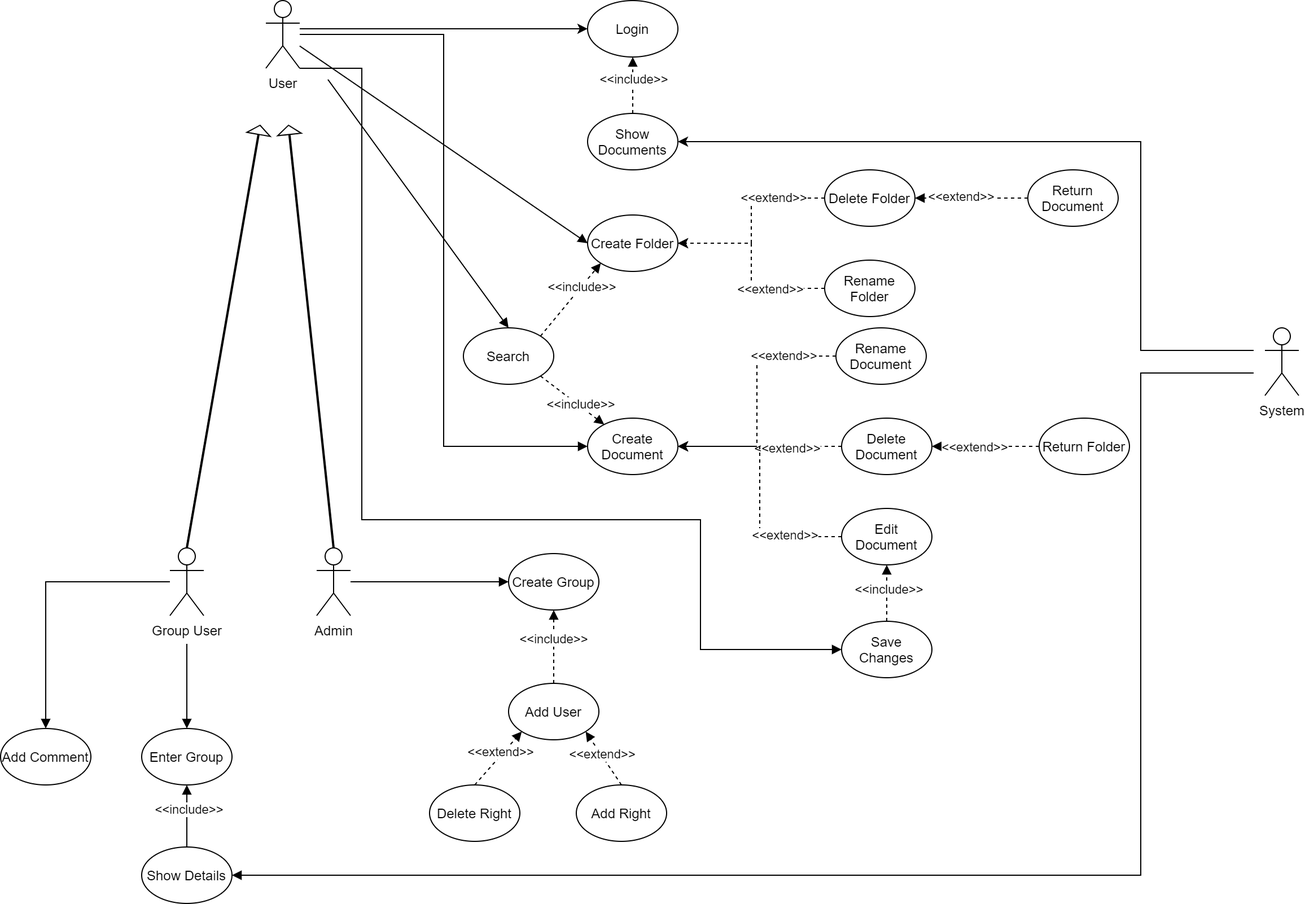
Above: img/use_case.png in abdussametkaci/DocumentManagementSystem_SoftwareEngineering (draw.io), before the change. Source tidied: cells renumbered, new cells last; positions are measured from the earlier drawing's top-left corner, leaving out a move shared by most shapes. Source of this version:
```xml
<mxGraphModel>
  <root>
    <mxCell id="0" />
    <mxCell id="1" parent="0" />
    <mxCell id="2" style="edgeStyle=orthogonalEdgeStyle;rounded=0;jettySize=auto;html=1;entryX=0;entryY=0.5;entryDx=0;entryDy=0;" parent="1" edge="1" source="7" target="13">
      <mxGeometry relative="1" as="geometry">
        <Array as="points">
          <mxPoint x="370" y="25" />
          <mxPoint x="370" y="25" />
        </Array>
      </mxGeometry>
    </mxCell>
    <mxCell id="3" style="rounded=0;jettySize=auto;html=1;entryX=0;entryY=0.5;entryDx=0;entryDy=0;endArrow=block;" parent="1" edge="1" source="7" target="29">
      <mxGeometry relative="1" as="geometry" />
    </mxCell>
    <mxCell id="4" style="rounded=0;jettySize=auto;html=1;entryX=0;entryY=0.5;entryDx=0;entryDy=0;endArrow=block;edgeStyle=orthogonalEdgeStyle;" parent="1" edge="1" source="7" target="17">
      <mxGeometry relative="1" as="geometry" />
    </mxCell>
    <mxCell id="5" style="rounded=0;jettySize=auto;html=1;entryX=0.5;entryY=0;entryDx=0;entryDy=0;endArrow=block;" parent="1" edge="1" target="65">
      <mxGeometry relative="1" as="geometry">
        <mxPoint x="290" y="70" as="sourcePoint" />
      </mxGeometry>
    </mxCell>
    <mxCell id="6" style="edgeStyle=orthogonalEdgeStyle;rounded=0;jettySize=auto;html=1;exitX=1;exitY=1;exitDx=0;exitDy=0;exitPerimeter=0;entryX=0;entryY=0.5;entryDx=0;entryDy=0;endArrow=block;" parent="1" edge="1" source="7" target="52">
      <mxGeometry relative="1" as="geometry">
        <Array as="points">
          <mxPoint x="320" y="60" />
          <mxPoint x="320" y="460" />
          <mxPoint x="620" y="460" />
          <mxPoint x="620" y="575" />
        </Array>
      </mxGeometry>
    </mxCell>
    <mxCell id="7" value="User" style="shape=umlActor;verticalLabelPosition=bottom;verticalAlign=top;html=1;outlineConnect=0;" parent="1" vertex="1">
      <mxGeometry x="235" width="30" height="60" as="geometry" />
    </mxCell>
    <mxCell id="8" style="edgeStyle=orthogonalEdgeStyle;rounded=0;jettySize=auto;html=1;entryX=0;entryY=0.5;entryDx=0;entryDy=0;endArrow=block;" parent="1" edge="1" source="9" target="45">
      <mxGeometry relative="1" as="geometry" />
    </mxCell>
    <mxCell id="9" value="Admin" style="shape=umlActor;verticalLabelPosition=bottom;verticalAlign=top;html=1;outlineConnect=0;" parent="1" vertex="1">
      <mxGeometry x="280" y="485" width="30" height="60" as="geometry" />
    </mxCell>
    <mxCell id="10" style="edgeStyle=orthogonalEdgeStyle;rounded=0;jettySize=auto;html=1;entryX=1;entryY=0.5;entryDx=0;entryDy=0;" parent="1" edge="1" target="16">
      <mxGeometry relative="1" as="geometry">
        <mxPoint x="1110" y="310" as="sourcePoint" />
        <Array as="points">
          <mxPoint x="1010" y="310" />
          <mxPoint x="1010" y="125" />
        </Array>
      </mxGeometry>
    </mxCell>
    <mxCell id="11" style="edgeStyle=orthogonalEdgeStyle;rounded=0;jettySize=auto;html=1;entryX=1;entryY=0.5;entryDx=0;entryDy=0;endArrow=block;" parent="1" edge="1" target="56">
      <mxGeometry relative="1" as="geometry">
        <mxPoint x="1110" y="330" as="sourcePoint" />
        <Array as="points">
          <mxPoint x="1010" y="330" />
          <mxPoint x="1010" y="775" />
        </Array>
      </mxGeometry>
    </mxCell>
    <mxCell id="12" value="System" style="shape=umlActor;verticalLabelPosition=bottom;verticalAlign=top;html=1;" parent="1" vertex="1">
      <mxGeometry x="1120" y="290" width="30" height="60" as="geometry" />
    </mxCell>
    <mxCell id="13" value="Login" style="ellipse;whiteSpace=wrap;html=1;" parent="1" vertex="1">
      <mxGeometry x="520" width="80" height="50" as="geometry" />
    </mxCell>
    <mxCell id="14" style="edgeStyle=orthogonalEdgeStyle;rounded=0;jettySize=auto;html=1;exitX=0.5;exitY=0;exitDx=0;exitDy=0;entryX=0.5;entryY=1;entryDx=0;entryDy=0;endArrow=block;dashed=1;" parent="1" edge="1" source="16" target="13">
      <mxGeometry relative="1" as="geometry">
        <Array as="points">
          <mxPoint x="560" y="70" />
          <mxPoint x="560" y="70" />
        </Array>
      </mxGeometry>
    </mxCell>
    <mxCell id="15" value="&amp;lt;&amp;lt;include&amp;gt;&amp;gt;" style="edgeLabel;html=1;align=center;verticalAlign=middle;" parent="14" vertex="1">
      <mxGeometry x="0.26" relative="1" as="geometry" />
    </mxCell>
    <mxCell id="16" value="Show Documents" style="ellipse;whiteSpace=wrap;html=1;" parent="1" vertex="1">
      <mxGeometry x="520" y="100" width="80" height="50" as="geometry" />
    </mxCell>
    <mxCell id="17" value="Create Document" style="ellipse;whiteSpace=wrap;html=1;" parent="1" vertex="1">
      <mxGeometry x="520" y="370" width="80" height="50" as="geometry" />
    </mxCell>
    <mxCell id="18" style="edgeStyle=orthogonalEdgeStyle;rounded=0;jettySize=auto;html=1;entryX=1;entryY=0.5;entryDx=0;entryDy=0;endArrow=block;exitX=0;exitY=0.5;exitDx=0;exitDy=0;dashed=1;" parent="1" edge="1" source="49" target="22">
      <mxGeometry relative="1" as="geometry" />
    </mxCell>
    <mxCell id="19" value="&amp;lt;&amp;lt;extend&amp;gt;&amp;gt;" style="edgeLabel;html=1;align=center;verticalAlign=middle;" parent="18" vertex="1">
      <mxGeometry x="0.23" relative="1" as="geometry" />
    </mxCell>
    <mxCell id="20" style="edgeStyle=orthogonalEdgeStyle;rounded=0;jettySize=auto;html=1;exitX=0;exitY=0.5;exitDx=0;exitDy=0;dashed=1;" parent="1" edge="1" source="22">
      <mxGeometry relative="1" as="geometry">
        <mxPoint x="600" y="395" as="targetPoint" />
      </mxGeometry>
    </mxCell>
    <mxCell id="21" value="&amp;lt;&amp;lt;extend&amp;gt;&amp;gt;" style="edgeLabel;html=1;align=center;verticalAlign=middle;" parent="20" vertex="1">
      <mxGeometry x="-0.33" y="1" relative="1" as="geometry" />
    </mxCell>
    <mxCell id="22" value="Delete Document" style="ellipse;whiteSpace=wrap;html=1;" parent="1" vertex="1">
      <mxGeometry x="745" y="370" width="80" height="50" as="geometry" />
    </mxCell>
    <mxCell id="23" style="edgeStyle=orthogonalEdgeStyle;rounded=0;jettySize=auto;html=1;exitX=0;exitY=0.5;exitDx=0;exitDy=0;entryX=1;entryY=0.5;entryDx=0;entryDy=0;dashed=1;" parent="1" edge="1" source="25" target="17">
      <mxGeometry relative="1" as="geometry" />
    </mxCell>
    <mxCell id="24" value="&amp;lt;&amp;lt;extend&amp;gt;&amp;gt;" style="edgeLabel;html=1;align=center;verticalAlign=middle;" parent="23" vertex="1">
      <mxGeometry x="-0.55" y="-2" relative="1" as="geometry" />
    </mxCell>
    <mxCell id="25" value="Edit Document" style="ellipse;whiteSpace=wrap;html=1;" parent="1" vertex="1">
      <mxGeometry x="745" y="450" width="80" height="50" as="geometry" />
    </mxCell>
    <mxCell id="26" style="edgeStyle=orthogonalEdgeStyle;rounded=0;jettySize=auto;html=1;exitX=0;exitY=0.5;exitDx=0;exitDy=0;entryX=1;entryY=0.5;entryDx=0;entryDy=0;dashed=1;" parent="1" edge="1" source="28" target="17">
      <mxGeometry relative="1" as="geometry" />
    </mxCell>
    <mxCell id="27" value="&amp;lt;&amp;lt;extend&amp;gt;&amp;gt;" style="edgeLabel;html=1;align=center;verticalAlign=middle;" parent="26" vertex="1">
      <mxGeometry x="-0.57" y="-1" relative="1" as="geometry" />
    </mxCell>
    <mxCell id="28" value="Rename Document" style="ellipse;whiteSpace=wrap;html=1;" parent="1" vertex="1">
      <mxGeometry x="740" y="290" width="80" height="50" as="geometry" />
    </mxCell>
    <mxCell id="29" value="Create Folder" style="ellipse;whiteSpace=wrap;html=1;" parent="1" vertex="1">
      <mxGeometry x="520" y="190" width="80" height="50" as="geometry" />
    </mxCell>
    <mxCell id="30" style="edgeStyle=orthogonalEdgeStyle;rounded=0;jettySize=auto;html=1;entryX=1;entryY=0.5;entryDx=0;entryDy=0;endArrow=block;exitX=0;exitY=0.5;exitDx=0;exitDy=0;dashed=1;" parent="1" edge="1" source="48" target="34">
      <mxGeometry relative="1" as="geometry" />
    </mxCell>
    <mxCell id="31" value="&amp;lt;&amp;lt;extend&amp;gt;&amp;gt;" style="edgeLabel;html=1;align=center;verticalAlign=middle;" parent="30" vertex="1">
      <mxGeometry x="0.2" y="-2" relative="1" as="geometry" />
    </mxCell>
    <mxCell id="32" style="edgeStyle=orthogonalEdgeStyle;rounded=0;jettySize=auto;html=1;exitX=0;exitY=0.5;exitDx=0;exitDy=0;entryX=1;entryY=0.5;entryDx=0;entryDy=0;dashed=1;" parent="1" edge="1" source="34" target="29">
      <mxGeometry relative="1" as="geometry" />
    </mxCell>
    <mxCell id="33" value="&amp;lt;&amp;lt;extend&amp;gt;&amp;gt;" style="edgeLabel;html=1;align=center;verticalAlign=middle;" parent="32" vertex="1">
      <mxGeometry x="-0.46" y="-1" relative="1" as="geometry" />
    </mxCell>
    <mxCell id="34" value="Delete Folder" style="ellipse;whiteSpace=wrap;html=1;" parent="1" vertex="1">
      <mxGeometry x="730" y="150" width="80" height="50" as="geometry" />
    </mxCell>
    <mxCell id="35" style="edgeStyle=orthogonalEdgeStyle;rounded=0;jettySize=auto;html=1;exitX=0;exitY=0.5;exitDx=0;exitDy=0;entryX=1;entryY=0.5;entryDx=0;entryDy=0;dashed=1;" parent="1" edge="1" source="37" target="29">
      <mxGeometry relative="1" as="geometry" />
    </mxCell>
    <mxCell id="36" value="&amp;lt;&amp;lt;extend&amp;gt;&amp;gt;" style="edgeLabel;html=1;align=center;verticalAlign=middle;" parent="35" vertex="1">
      <mxGeometry x="-0.43" relative="1" as="geometry" />
    </mxCell>
    <mxCell id="37" value="Rename Folder" style="ellipse;whiteSpace=wrap;html=1;" parent="1" vertex="1">
      <mxGeometry x="730" y="230" width="80" height="50" as="geometry" />
    </mxCell>
    <mxCell id="38" style="edgeStyle=orthogonalEdgeStyle;rounded=0;jettySize=auto;html=1;exitX=0.5;exitY=0;exitDx=0;exitDy=0;entryX=0.5;entryY=1;entryDx=0;entryDy=0;endArrow=block;dashed=1;" parent="1" edge="1" source="44" target="45">
      <mxGeometry relative="1" as="geometry" />
    </mxCell>
    <mxCell id="39" value="&amp;lt;&amp;lt;include&amp;gt;&amp;gt;" style="edgeLabel;html=1;align=center;verticalAlign=middle;" parent="38" vertex="1">
      <mxGeometry x="0.22" y="1" relative="1" as="geometry" />
    </mxCell>
    <mxCell id="40" style="rounded=0;jettySize=auto;html=1;entryX=0;entryY=1;entryDx=0;entryDy=0;endArrow=block;exitX=0.5;exitY=0;exitDx=0;exitDy=0;dashed=1;" parent="1" edge="1" source="47" target="44">
      <mxGeometry relative="1" as="geometry" />
    </mxCell>
    <mxCell id="41" value="&amp;lt;&amp;lt;extend&amp;gt;&amp;gt;" style="edgeLabel;html=1;align=center;verticalAlign=middle;" parent="40" vertex="1">
      <mxGeometry x="0.19" y="2" relative="1" as="geometry">
        <mxPoint x="-1" as="offset" />
      </mxGeometry>
    </mxCell>
    <mxCell id="42" style="edgeStyle=none;rounded=0;jettySize=auto;html=1;entryX=1;entryY=1;entryDx=0;entryDy=0;endArrow=block;exitX=0.5;exitY=0;exitDx=0;exitDy=0;dashed=1;" parent="1" edge="1" source="46" target="44">
      <mxGeometry relative="1" as="geometry" />
    </mxCell>
    <mxCell id="43" value="&amp;lt;&amp;lt;extend&amp;gt;&amp;gt;" style="edgeLabel;html=1;align=center;verticalAlign=middle;" parent="42" vertex="1">
      <mxGeometry x="0.16" y="-1" relative="1" as="geometry" />
    </mxCell>
    <mxCell id="44" value="Add User" style="ellipse;whiteSpace=wrap;html=1;" parent="1" vertex="1">
      <mxGeometry x="450" y="605" width="80" height="50" as="geometry" />
    </mxCell>
    <mxCell id="45" value="Create Group" style="ellipse;whiteSpace=wrap;html=1;" parent="1" vertex="1">
      <mxGeometry x="450" y="490" width="80" height="50" as="geometry" />
    </mxCell>
    <mxCell id="46" value="Add Right" style="ellipse;whiteSpace=wrap;html=1;" parent="1" vertex="1">
      <mxGeometry x="510" y="695" width="80" height="50" as="geometry" />
    </mxCell>
    <mxCell id="47" value="Delete Right" style="ellipse;whiteSpace=wrap;html=1;" parent="1" vertex="1">
      <mxGeometry x="380" y="695" width="80" height="50" as="geometry" />
    </mxCell>
    <mxCell id="48" value="Return Document" style="ellipse;whiteSpace=wrap;html=1;" parent="1" vertex="1">
      <mxGeometry x="910" y="150" width="80" height="50" as="geometry" />
    </mxCell>
    <mxCell id="49" value="Return Folder" style="ellipse;whiteSpace=wrap;html=1;" parent="1" vertex="1">
      <mxGeometry x="920" y="370" width="80" height="50" as="geometry" />
    </mxCell>
    <mxCell id="50" style="edgeStyle=orthogonalEdgeStyle;rounded=0;jettySize=auto;html=1;entryX=0.5;entryY=1;entryDx=0;entryDy=0;endArrow=block;dashed=1;" parent="1" edge="1" source="52" target="25">
      <mxGeometry relative="1" as="geometry" />
    </mxCell>
    <mxCell id="51" value="&amp;lt;&amp;lt;include&amp;gt;&amp;gt;" style="edgeLabel;html=1;align=center;verticalAlign=middle;" parent="50" vertex="1">
      <mxGeometry x="0.15" y="-1" relative="1" as="geometry" />
    </mxCell>
    <mxCell id="52" value="Save Changes" style="ellipse;whiteSpace=wrap;html=1;" parent="1" vertex="1">
      <mxGeometry x="745" y="550" width="80" height="50" as="geometry" />
    </mxCell>
    <mxCell id="53" value="Add Comment" style="ellipse;whiteSpace=wrap;html=1;" parent="1" vertex="1">
      <mxGeometry y="645" width="80" height="50" as="geometry" />
    </mxCell>
    <mxCell id="54" style="edgeStyle=none;rounded=0;jettySize=auto;html=1;entryX=0.5;entryY=1;entryDx=0;entryDy=0;endArrow=block;" parent="1" edge="1" source="56" target="67">
      <mxGeometry relative="1" as="geometry" />
    </mxCell>
    <mxCell id="55" value="&amp;lt;&amp;lt;include&amp;gt;&amp;gt;" style="edgeLabel;html=1;align=center;verticalAlign=middle;" parent="54" vertex="1">
      <mxGeometry x="0.24" y="-1" relative="1" as="geometry" />
    </mxCell>
    <mxCell id="56" value="Show Details" style="ellipse;whiteSpace=wrap;html=1;" parent="1" vertex="1">
      <mxGeometry x="125" y="750" width="80" height="50" as="geometry" />
    </mxCell>
    <mxCell id="57" style="shape=flexArrow;rounded=0;jettySize=auto;html=1;exitX=0.5;exitY=0;exitDx=0;exitDy=0;exitPerimeter=0;endArrow=block;width=1;endSize=2.4;endWidth=19;" parent="1" edge="1" source="60">
      <mxGeometry relative="1" as="geometry">
        <mxPoint x="230" y="110" as="targetPoint" />
      </mxGeometry>
    </mxCell>
    <mxCell id="58" style="edgeStyle=none;rounded=0;jettySize=auto;html=1;entryX=0.5;entryY=0;entryDx=0;entryDy=0;endArrow=block;" parent="1" edge="1" target="67">
      <mxGeometry relative="1" as="geometry">
        <mxPoint x="165" y="570" as="sourcePoint" />
      </mxGeometry>
    </mxCell>
    <mxCell id="59" style="edgeStyle=orthogonalEdgeStyle;rounded=0;jettySize=auto;html=1;entryX=0.5;entryY=0;entryDx=0;entryDy=0;endArrow=block;" parent="1" edge="1" source="60" target="53">
      <mxGeometry relative="1" as="geometry" />
    </mxCell>
    <mxCell id="60" value="Group User" style="shape=umlActor;verticalLabelPosition=bottom;verticalAlign=top;html=1;outlineConnect=0;" parent="1" vertex="1">
      <mxGeometry x="150" y="485" width="30" height="60" as="geometry" />
    </mxCell>
    <mxCell id="61" style="rounded=0;jettySize=auto;html=1;exitX=1;exitY=0;exitDx=0;exitDy=0;entryX=0;entryY=1;entryDx=0;entryDy=0;endArrow=block;dashed=1;" parent="1" edge="1" source="65" target="29">
      <mxGeometry relative="1" as="geometry" />
    </mxCell>
    <mxCell id="62" value="&amp;lt;&amp;lt;include&amp;gt;&amp;gt;" style="edgeLabel;html=1;align=center;verticalAlign=middle;" parent="61" vertex="1">
      <mxGeometry x="0.36" relative="1" as="geometry" />
    </mxCell>
    <mxCell id="63" style="edgeStyle=none;rounded=0;jettySize=auto;html=1;exitX=1;exitY=1;exitDx=0;exitDy=0;endArrow=block;dashed=1;" parent="1" edge="1" source="65" target="17">
      <mxGeometry relative="1" as="geometry" />
    </mxCell>
    <mxCell id="64" value="&amp;lt;&amp;lt;include&amp;gt;&amp;gt;" style="edgeLabel;html=1;align=center;verticalAlign=middle;" parent="63" vertex="1">
      <mxGeometry x="0.2" y="1" relative="1" as="geometry" />
    </mxCell>
    <mxCell id="65" value="Search" style="ellipse;whiteSpace=wrap;html=1;" parent="1" vertex="1">
      <mxGeometry x="410" y="290" width="80" height="50" as="geometry" />
    </mxCell>
    <mxCell id="66" style="shape=flexArrow;rounded=0;jettySize=auto;html=1;exitX=0.5;exitY=0;exitDx=0;exitDy=0;exitPerimeter=0;endArrow=block;width=1;endSize=2.4;endWidth=19;" parent="1" edge="1" source="9">
      <mxGeometry relative="1" as="geometry">
        <mxPoint x="255" y="110" as="targetPoint" />
      </mxGeometry>
    </mxCell>
    <mxCell id="67" value="Enter Group" style="ellipse;whiteSpace=wrap;html=1;" parent="1" vertex="1">
      <mxGeometry x="125" y="645" width="80" height="50" as="geometry" />
    </mxCell>
  </root>
</mxGraphModel>
```
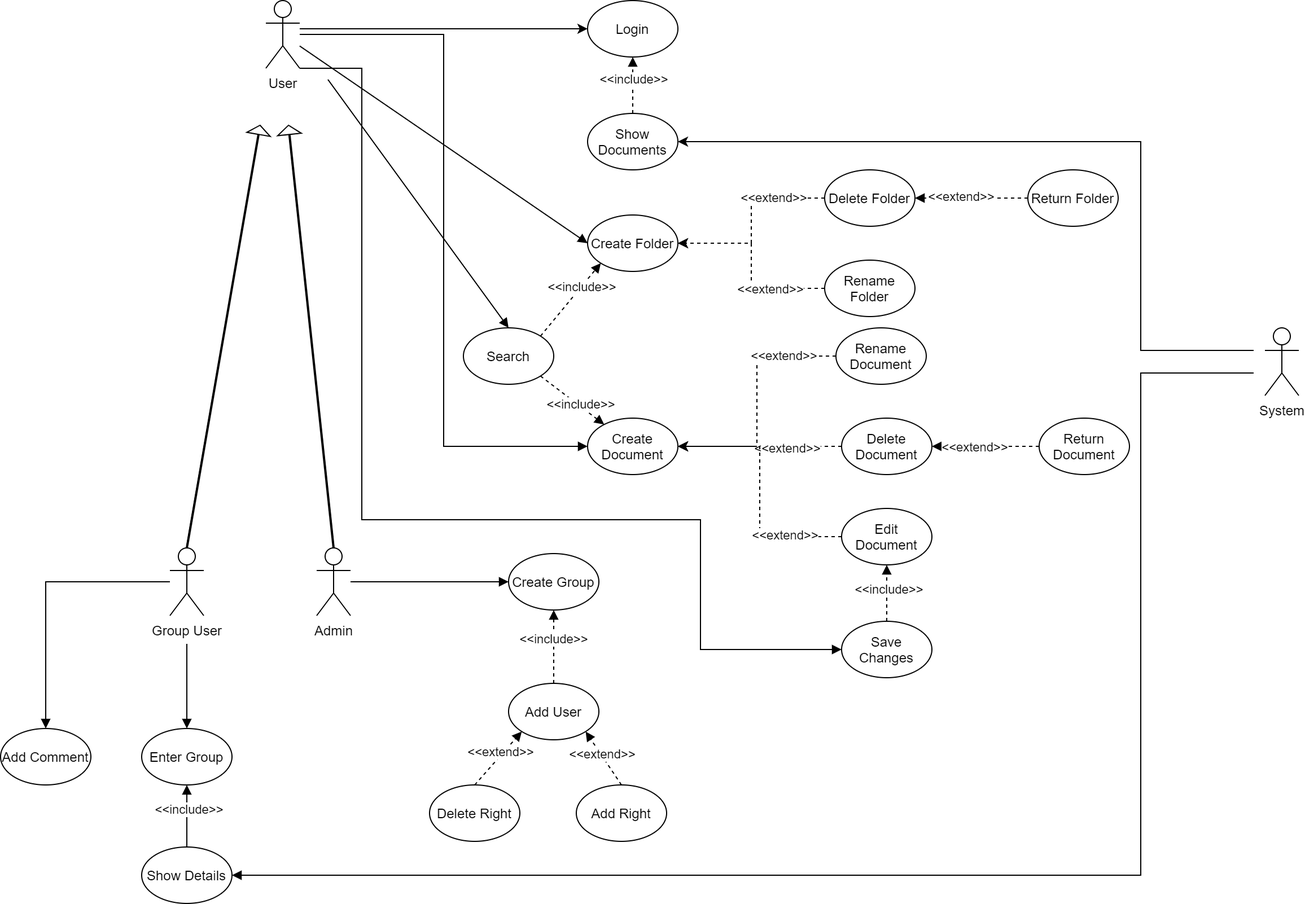
The same file after the commit.

The edit, as a diff of the source:
```diff
@@ -175,10 +175,10 @@
     <mxCell id="47" value="Delete Right" style="ellipse;whiteSpace=wrap;html=1;" parent="1" vertex="1">
       <mxGeometry x="380" y="695" width="80" height="50" as="geometry" />
     </mxCell>
-    <mxCell id="48" value="Return Document" style="ellipse;whiteSpace=wrap;html=1;" parent="1" vertex="1">
+    <mxCell id="48" value="Return Folder" style="ellipse;whiteSpace=wrap;html=1;" parent="1" vertex="1">
       <mxGeometry x="910" y="150" width="80" height="50" as="geometry" />
     </mxCell>
-    <mxCell id="49" value="Return Folder" style="ellipse;whiteSpace=wrap;html=1;" parent="1" vertex="1">
+    <mxCell id="49" value="Return Document" style="ellipse;whiteSpace=wrap;html=1;" parent="1" vertex="1">
       <mxGeometry x="920" y="370" width="80" height="50" as="geometry" />
     </mxCell>
     <mxCell id="50" style="edgeStyle=orthogonalEdgeStyle;rounded=0;jettySize=auto;html=1;entryX=0.5;entryY=1;entryDx=0;entryDy=0;endArrow=block;dashed=1;" parent="1" edge="1" source="52" target="25">
```
